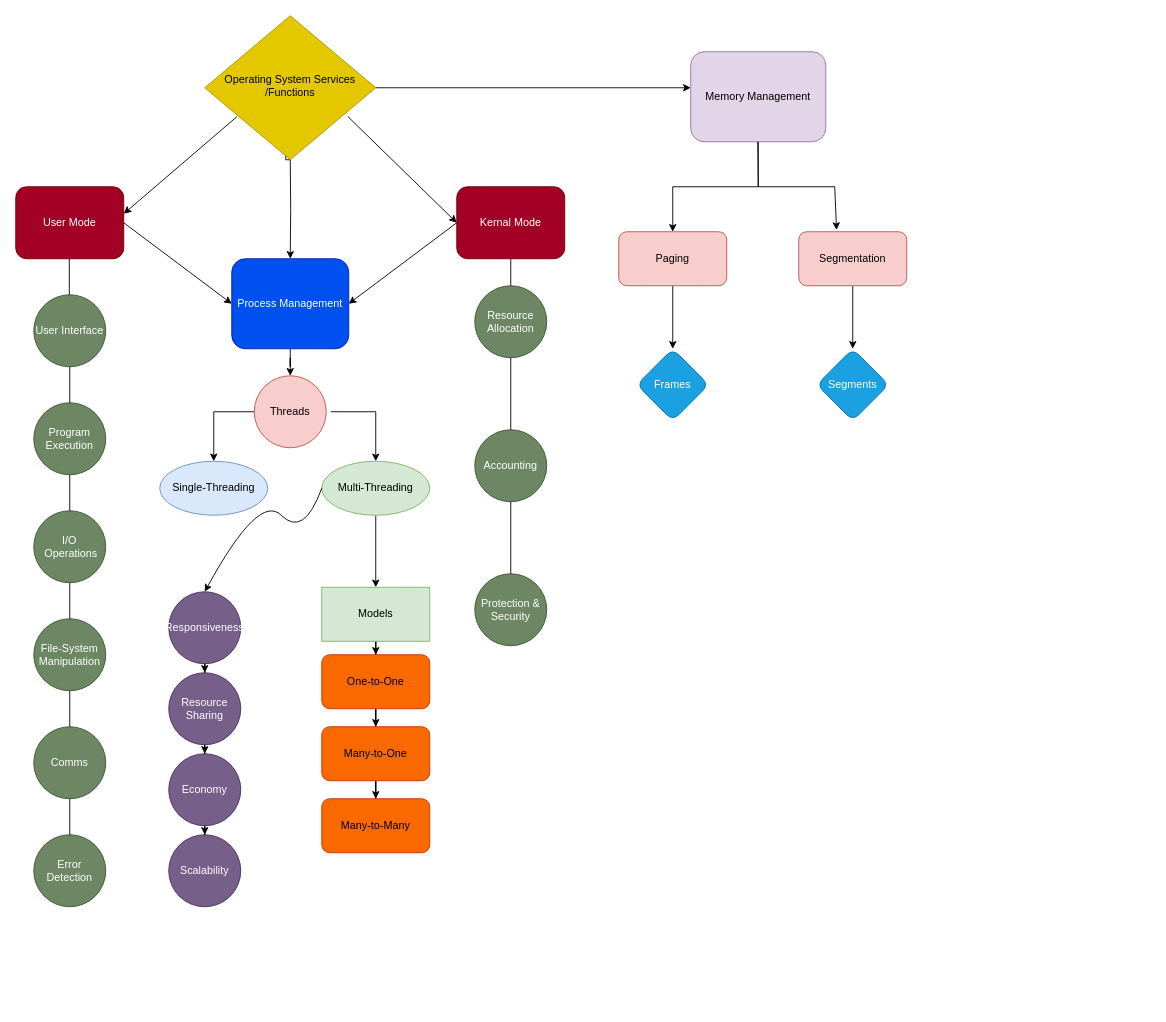
This is Untitled Diagram.drawio from GroovyDrew93/crypto, a draw.io file, before an edit. Source tidied: cells renumbered, new cells numbered last; positions are measured from the earlier drawing's top-left corner, leaving out a move shared by most shapes. Both pictures are drawn from the tidied source at 90%, with x=0, y=0 at pixel (15, 15).
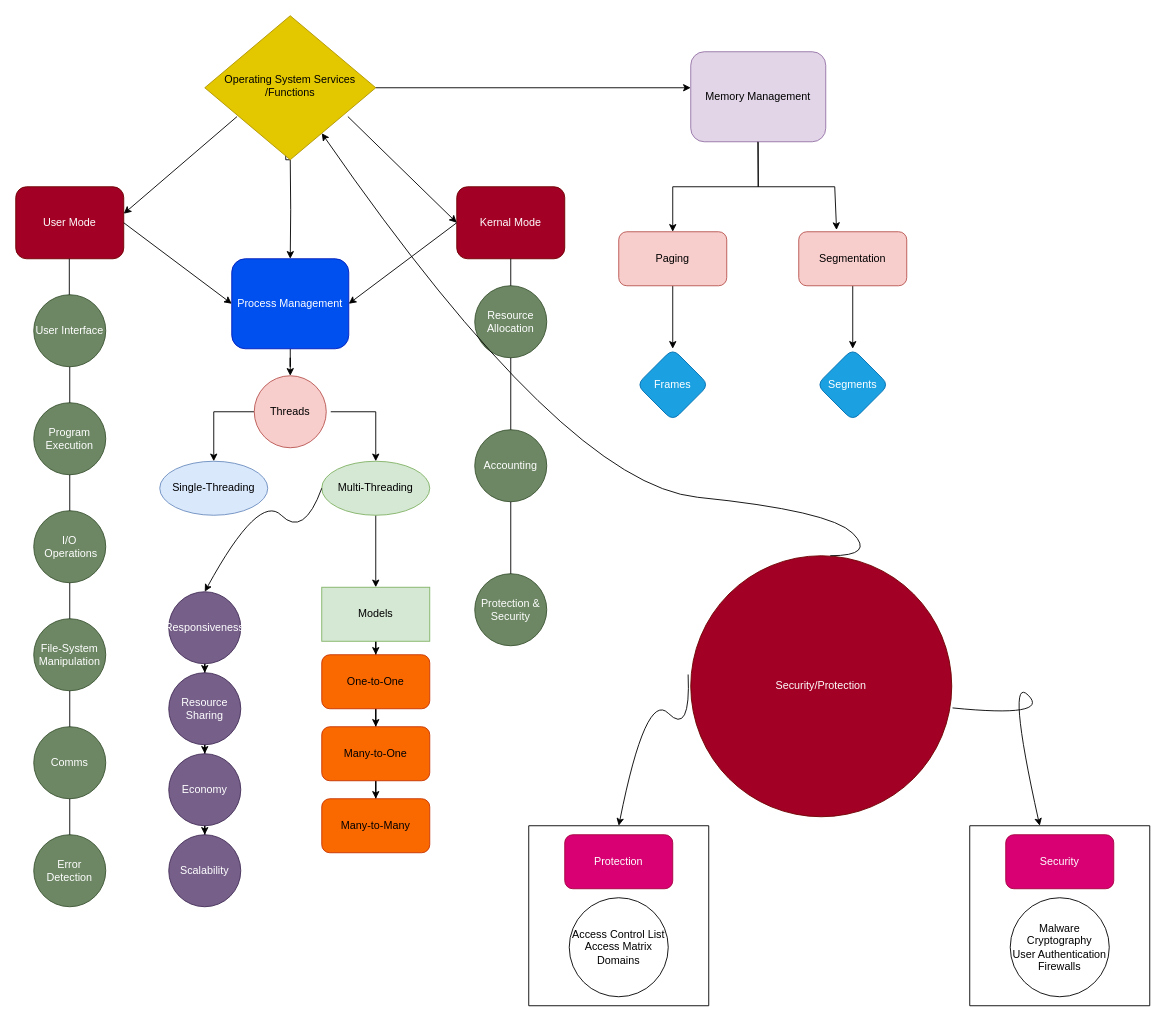
The same diagram, later.

Unchanged cells that the change refers to:
```xml
<mxCell id="5" value="Operating System Services&lt;br&gt;/Functions" style="rhombus;whiteSpace=wrap;html=1;shadow=0;fontFamily=Helvetica;fontSize=12;align=center;strokeWidth=1;spacing=6;spacingTop=-4;fillColor=#e3c800;fontColor=#000000;strokeColor=#B09500;" parent="1" vertex="1">
  <mxGeometry x="210" width="190" height="160" as="geometry" />
</mxCell>
```

The edit, as a diff of the source:
```diff
@@
+    <mxCell id="62" value="Security/Protection" style="ellipse;whiteSpace=wrap;html=1;fillColor=#a20025;strokeColor=#6F0000;fontColor=#ffffff;" parent="1" vertex="1">
+      <mxGeometry x="750" y="600" width="290" height="290" as="geometry" />
+    </mxCell>
+    <mxCell id="63" style="curved=1;endArrow=classic;html=1;rounded=0;" parent="1" edge="1" target="5">
+      <mxGeometry relative="1" as="geometry">
+        <mxPoint x="905" y="600" as="sourcePoint" />
+        <Array as="points">
+          <mxPoint x="955" y="600" />
+          <mxPoint x="905" y="550" />
+          <mxPoint x="610" y="520" />
+        </Array>
+      </mxGeometry>
+    </mxCell>
+    <mxCell id="64" style="curved=1;endArrow=classic;html=1;rounded=0;exitX=-0.01;exitY=0.455;exitDx=0;exitDy=0;exitPerimeter=0;" parent="1" edge="1" source="62">
+      <mxGeometry relative="1" as="geometry">
+        <mxPoint x="670" y="900" as="targetPoint" />
+        <Array as="points">
+          <mxPoint x="750" y="800" />
+          <mxPoint x="700" y="750" />
+        </Array>
+      </mxGeometry>
+    </mxCell>
+    <mxCell id="65" style="curved=1;endArrow=classic;html=1;rounded=0;exitX=1.003;exitY=0.583;exitDx=0;exitDy=0;exitPerimeter=0;" parent="1" edge="1" source="62" target="66">
+      <mxGeometry relative="1" as="geometry">
+        <Array as="points">
+          <mxPoint x="1150" y="780" />
+          <mxPoint x="1100" y="730" />
+        </Array>
+      </mxGeometry>
+    </mxCell>
+    <mxCell id="66" style="swimlane;startSize=0;" parent="1" vertex="1">
+      <mxGeometry x="1060" y="900" width="200" height="200" as="geometry" />
+    </mxCell>
+    <mxCell id="67" value="Security" style="rounded=1;whiteSpace=wrap;html=1;fillColor=#d80073;fontColor=#ffffff;strokeColor=#A50040;" parent="66" vertex="1">
+      <mxGeometry x="40" y="10" width="120" height="60" as="geometry" />
+    </mxCell>
+    <mxCell id="68" value="Malware&lt;br&gt;Cryptography&lt;br&gt;User Authentication&lt;br&gt;Firewalls" style="ellipse;whiteSpace=wrap;html=1;" parent="66" vertex="1">
+      <mxGeometry x="45" y="80" width="110" height="110" as="geometry" />
+    </mxCell>
+    <mxCell id="69" style="swimlane;startSize=0;" parent="1" vertex="1">
+      <mxGeometry x="570" y="900" width="200" height="200" as="geometry" />
+    </mxCell>
+    <mxCell id="70" value="Protection" style="rounded=1;whiteSpace=wrap;html=1;fillColor=#d80073;fontColor=#ffffff;strokeColor=#A50040;" parent="69" vertex="1">
+      <mxGeometry x="40" y="10" width="120" height="60" as="geometry" />
+    </mxCell>
+    <mxCell id="71" value="Access Control List&lt;br&gt;Access Matrix&lt;br&gt;Domains" style="ellipse;whiteSpace=wrap;html=1;" parent="69" vertex="1">
+      <mxGeometry x="45" y="80" width="110" height="110" as="geometry" />
+    </mxCell>
```
